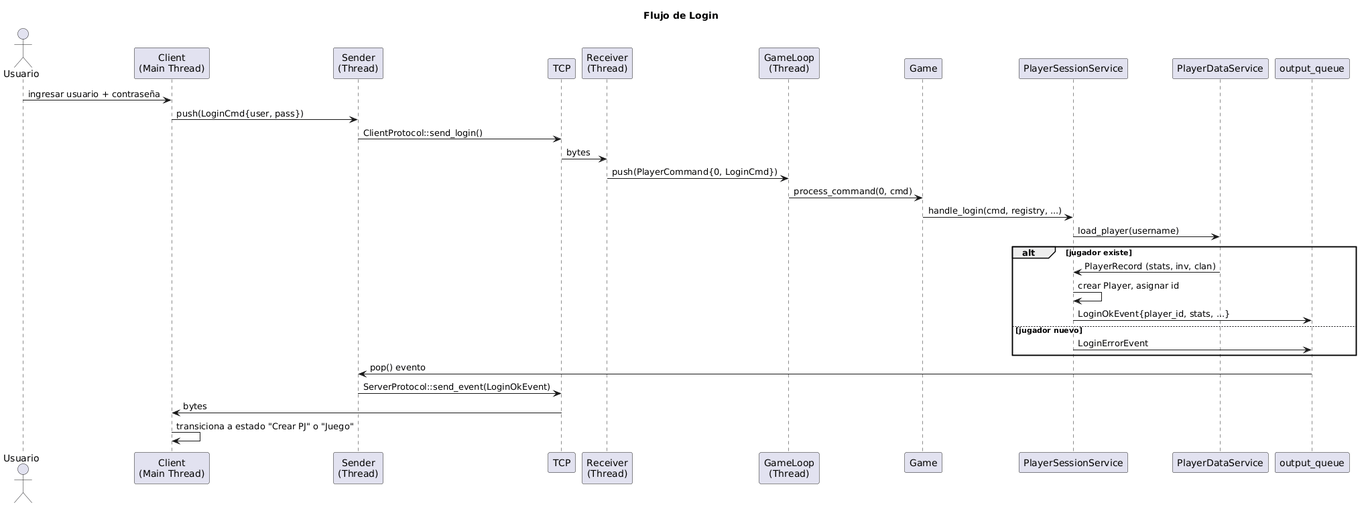
MateoGonzalezPautaso/Argentum-MALT keeps this PlantUML diagram as docs/images/uml/login.png. Above is the earlier version. The source it was exported from:
```plantuml
@startuml
title Flujo de Login

actor Usuario
participant "Client\n(Main Thread)" as Client
participant "Sender\n(Thread)" as CS
participant TCP
participant "Receiver\n(Thread)" as SR
participant "GameLoop\n(Thread)" as GL
participant Game
participant PlayerSessionService as PSS
participant PlayerDataService as PDS
participant "output_queue" as OQ

Usuario -> Client: ingresar usuario + contraseña
Client -> CS: push(LoginCmd{user, pass})
CS -> TCP: ClientProtocol::send_login()
TCP -> SR: bytes
SR -> GL: push(PlayerCommand{0, LoginCmd})
GL -> Game: process_command(0, cmd)
Game -> PSS: handle_login(cmd, registry, ...)
PSS -> PDS: load_player(username)
alt jugador existe
  PDS -> PSS: PlayerRecord (stats, inv, clan)
  PSS -> PSS: crear Player, asignar id
  PSS -> OQ: LoginOkEvent{player_id, stats, ...}
else jugador nuevo
  PSS -> OQ: LoginErrorEvent
end
OQ -> CS: pop() evento
CS -> TCP: ServerProtocol::send_event(LoginOkEvent)
TCP -> Client: bytes
Client -> Client: transiciona a estado "Crear PJ" o "Juego"
@enduml
```
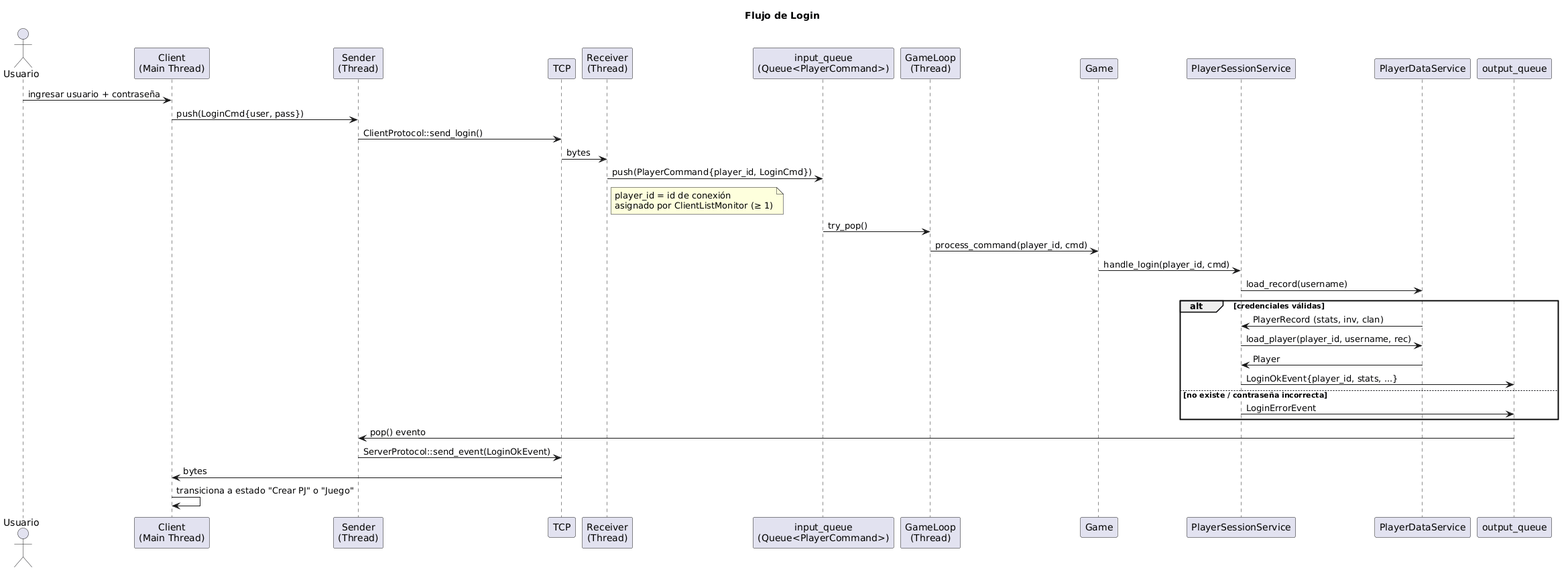
The same diagram one commit later.

Change to the diagram source:
```diff
@@ -6,6 +6,7 @@
 participant "Sender\n(Thread)" as CS
 participant TCP
 participant "Receiver\n(Thread)" as SR
+participant "input_queue\n(Queue<PlayerCommand>)" as IQ
 participant "GameLoop\n(Thread)" as GL
 participant Game
 participant PlayerSessionService as PSS
@@ -16,15 +17,18 @@
 Client -> CS: push(LoginCmd{user, pass})
 CS -> TCP: ClientProtocol::send_login()
 TCP -> SR: bytes
-SR -> GL: push(PlayerCommand{0, LoginCmd})
-GL -> Game: process_command(0, cmd)
-Game -> PSS: handle_login(cmd, registry, ...)
-PSS -> PDS: load_player(username)
-alt jugador existe
+SR -> IQ: push(PlayerCommand{player_id, LoginCmd})
+note right of SR: player_id = id de conexión\nasignado por ClientListMonitor (≥ 1)
+IQ -> GL: try_pop()
+GL -> Game: process_command(player_id, cmd)
+Game -> PSS: handle_login(player_id, cmd)
+PSS -> PDS: load_record(username)
+alt credenciales válidas
   PDS -> PSS: PlayerRecord (stats, inv, clan)
-  PSS -> PSS: crear Player, asignar id
+  PSS -> PDS: load_player(player_id, username, rec)
+  PDS -> PSS: Player
   PSS -> OQ: LoginOkEvent{player_id, stats, ...}
-else jugador nuevo
+else no existe / contraseña incorrecta
   PSS -> OQ: LoginErrorEvent
 end
 OQ -> CS: pop() evento
```
